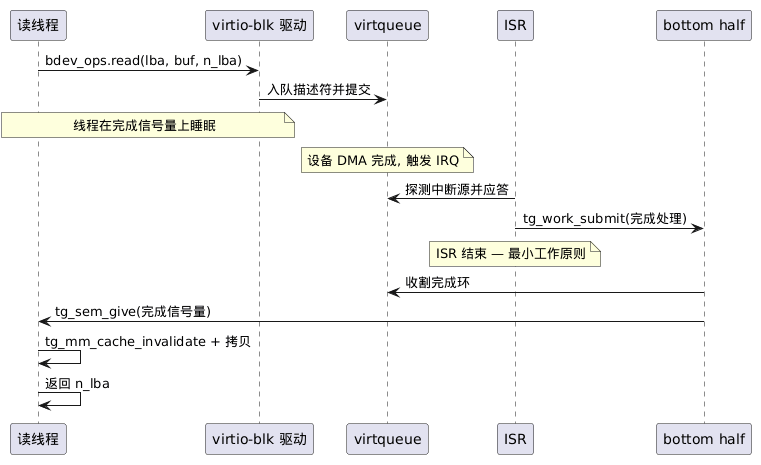
This is docs/7-storage/pics/7-02-bdev-01.png from zhuyh4n9/brickOS, a PlantUML export, as it was before one commit.
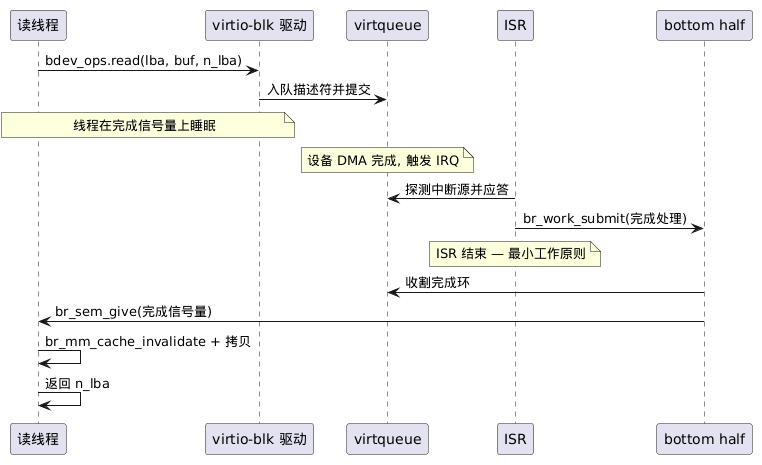
After the change.

Diff of the diagram source:
```diff
@@ -9,10 +9,10 @@
 note over T, BD: 线程在完成信号量上睡眠
 note over Q: 设备 DMA 完成, 触发 IRQ
 ISR -> Q: 探测中断源并应答
-ISR -> BH: tg_work_submit(完成处理)
+ISR -> BH: br_work_submit(完成处理)
 note over ISR: ISR 结束 — 最小工作原则
 BH -> Q: 收割完成环
-BH -> T: tg_sem_give(完成信号量)
-T -> T: tg_mm_cache_invalidate + 拷贝
+BH -> T: br_sem_give(完成信号量)
+T -> T: br_mm_cache_invalidate + 拷贝
 T -> T: 返回 n_lba
 @enduml
```
